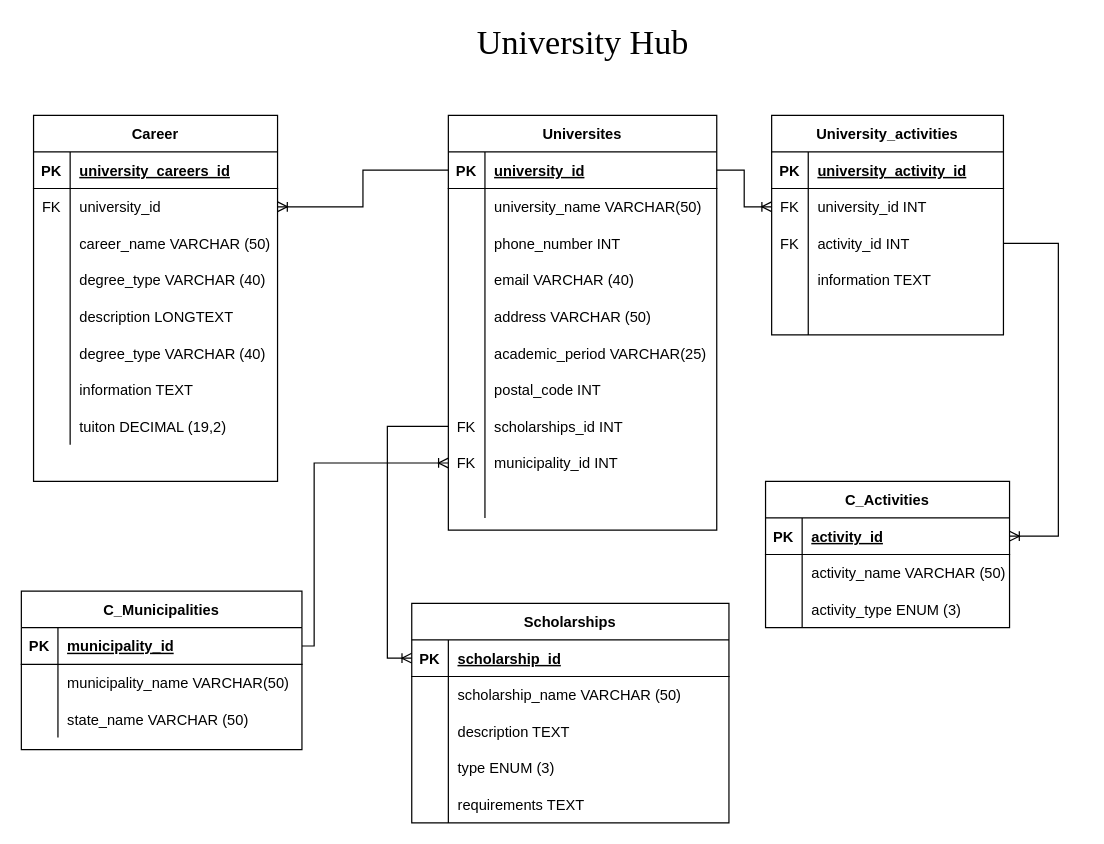
Above: Untitled Diagram.drawio in University-Hub/Entity-Relationship-Model (draw.io), before the change. Source tidied: cells renumbered, new cells numbered last; positions are measured from the earlier drawing's top-left corner, leaving out a move shared by most shapes. Both pictures are drawn from the tidied source at 122%, with x=0, y=0 at pixel (21, 29).
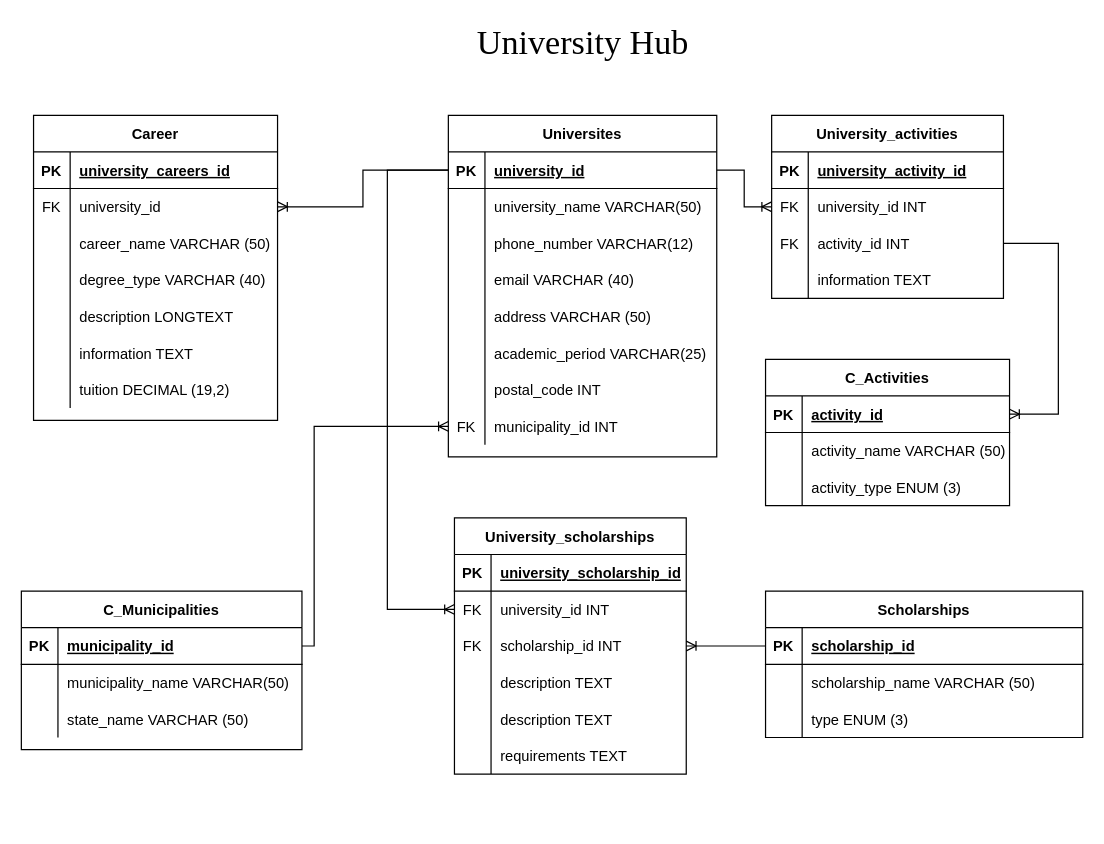
The same page after the edit.

Unchanged cells that the change refers to:
```xml
<mxCell id="9" style="shape=partialRectangle;fillColor=none;top=0;left=0;bottom=1;right=0;points=[[0,0.5],[1,0.5]];portConstraint=eastwest;" parent="8" vertex="1">
  <mxGeometry y="30" width="220" height="30" as="geometry" />
</mxCell>
<mxCell id="15" style="shape=partialRectangle;fillColor=none;top=0;left=0;bottom=0;right=0;" parent="8" vertex="1">
  <mxGeometry y="90" width="220" height="30" as="geometry" />
</mxCell>
<mxCell id="91" style="shape=partialRectangle;fillColor=none;top=0;left=0;bottom=1;right=0;points=[[0,0.5],[1,0.5]];portConstraint=eastwest;" parent="90" vertex="1">
  <mxGeometry y="30" width="230" height="30" as="geometry" />
</mxCell>
<mxCell id="107" style="shape=partialRectangle;fillColor=none;top=0;left=0;bottom=0;right=0;points=[[0,0.5],[1,0.5]];portConstraint=eastwest;" parent="100" vertex="1">
  <mxGeometry y="90" width="190" height="30" as="geometry" />
</mxCell>
```

Diff of the diagram source:
```diff
@@
     <mxCell id="4" style="rounded=0;jettySize=auto;elbow=vertical;html=1;exitX=1;exitY=0.5;exitDx=0;exitDy=0;entryX=0;entryY=0.5;entryDx=0;entryDy=0;startArrow=none;startFill=0;endArrow=ERoneToMany;endFill=0;edgeStyle=orthogonalEdgeStyle;" parent="1" edge="1" source="91" target="33">
       <mxGeometry relative="1" as="geometry">
         <Array as="points">
           <mxPoint x="240" y="505" />
-          <mxPoint x="240" y="355" />
+          <mxPoint x="240" y="325" />
         </Array>
       </mxGeometry>
     </mxCell>
@@
     <mxCell id="6" style="edgeStyle=orthogonalEdgeStyle;rounded=0;jettySize=auto;html=1;exitX=1;exitY=0.5;exitDx=0;exitDy=0;startArrow=none;startFill=0;endArrow=ERoneToMany;endFill=0;entryX=1;entryY=0.5;entryDx=0;entryDy=0;" parent="1" edge="1" source="107" target="40">
       <mxGeometry relative="1" as="geometry">
         <Array as="points">
           <mxPoint x="850" y="175" />
-          <mxPoint x="850" y="415" />
+          <mxPoint x="850" y="315" />
         </Array>
       </mxGeometry>
     </mxCell>
-    <mxCell id="7" style="edgeStyle=orthogonalEdgeStyle;rounded=0;jettySize=auto;html=1;exitX=0;exitY=0.5;exitDx=0;exitDy=0;entryX=0;entryY=0.5;entryDx=0;entryDy=0;startArrow=none;startFill=0;endArrow=ERoneToMany;endFill=0;" parent="1" edge="1" source="30" target="75">
+    <mxCell id="7" style="edgeStyle=orthogonalEdgeStyle;rounded=0;jettySize=auto;html=1;startArrow=none;startFill=0;endArrow=ERoneToMany;endFill=0;exitX=0;exitY=0.5;exitDx=0;exitDy=0;entryX=0;entryY=0.5;entryDx=0;entryDy=0;" parent="1" edge="1" source="9" target="120">
       <mxGeometry relative="1" as="geometry">
         <Array as="points">
-          <mxPoint x="300" y="325" />
-          <mxPoint x="300" y="515" />
+          <mxPoint x="300" y="115" />
+          <mxPoint x="300" y="475" />
         </Array>
       </mxGeometry>
     </mxCell>
     <mxCell id="8" value="Universites" style="shape=table;startSize=30;childLayout=tableLayout;rowLines=0;fontStyle=1;align=center;" parent="1" vertex="1">
-      <mxGeometry x="350" y="70" width="220" height="340" as="geometry" />
+      <mxGeometry x="350" y="70" width="220" height="280" as="geometry" />
     </mxCell>
@@
-    <mxCell id="17" value="phone_number INT " style="shape=partialRectangle;fillColor=none;top=0;left=0;bottom=0;right=0;align=left;spacingLeft=6;overflow=hidden;" parent="15" vertex="1">
+    <mxCell id="17" value="phone_number VARCHAR(12)" style="shape=partialRectangle;fillColor=none;top=0;left=0;bottom=0;right=0;align=left;spacingLeft=6;overflow=hidden;" parent="15" vertex="1">
       <mxGeometry x="30" width="190" height="30" as="geometry" />
     </mxCell>
@@
-    <mxCell id="30" style="shape=partialRectangle;fillColor=none;top=0;left=0;bottom=0;right=0;points=[[0,0.5],[1,0.5]];portConstraint=eastwest;" parent="8" vertex="1">
-      <mxGeometry y="240" width="220" height="30" as="geometry" />
-    </mxCell>
-    <mxCell id="31" value="FK" style="shape=partialRectangle;fillColor=none;top=0;left=0;bottom=0;right=0;overflow=hidden;" parent="30" vertex="1">
-      <mxGeometry width="30" height="30" as="geometry" />
-    </mxCell>
-    <mxCell id="32" value="scholarships_id INT" style="shape=partialRectangle;fillColor=none;top=0;left=0;bottom=0;right=0;align=left;spacingLeft=6;overflow=hidden;" parent="30" vertex="1">
-      <mxGeometry x="30" width="190" height="30" as="geometry" />
-    </mxCell>
     <mxCell id="33" style="shape=partialRectangle;fillColor=none;top=0;left=0;bottom=0;right=0;points=[[0,0.5],[1,0.5]];portConstraint=eastwest;" parent="8" vertex="1">
-      <mxGeometry y="270" width="220" height="30" as="geometry" />
+      <mxGeometry y="240" width="220" height="30" as="geometry" />
     </mxCell>
@@
-    <mxCell id="36" style="shape=partialRectangle;fillColor=none;top=0;left=0;bottom=0;right=0;" parent="8" vertex="1">
-      <mxGeometry y="300" width="220" height="30" as="geometry" />
-    </mxCell>
-    <mxCell id="37" style="shape=partialRectangle;fillColor=none;top=0;left=0;bottom=0;right=0;overflow=hidden;" parent="36" vertex="1">
-      <mxGeometry width="30" height="30" as="geometry" />
-    </mxCell>
-    <mxCell id="38" style="shape=partialRectangle;fillColor=none;top=0;left=0;bottom=0;right=0;align=left;spacingLeft=6;overflow=hidden;" parent="36" vertex="1">
-      <mxGeometry x="30" width="190" height="30" as="geometry" />
-    </mxCell>
-    <mxCell id="39" value="C_Activities" style="shape=table;startSize=30;childLayout=tableLayout;rowLines=0;fontStyle=1;align=center;" parent="1" vertex="1">
-      <mxGeometry x="610" y="370" width="200" height="120" as="geometry" />
-    </mxCell>
-    <mxCell id="40" style="shape=partialRectangle;fillColor=none;top=0;left=0;bottom=1;right=0;points=[[0,0.5],[1,0.5]];portConstraint=eastwest;" parent="39" vertex="1">
-      <mxGeometry y="30" width="200" height="30" as="geometry" />
-    </mxCell>
-    <mxCell id="41" value="PK" style="shape=partialRectangle;fillColor=none;top=0;left=0;bottom=0;right=0;fontStyle=1;overflow=hidden;" parent="40" vertex="1">
-      <mxGeometry width="30" height="30" as="geometry" />
-    </mxCell>
-    <mxCell id="42" value="activity_id" style="shape=partialRectangle;fillColor=none;top=0;left=0;bottom=0;right=0;align=left;spacingLeft=6;fontStyle=5;overflow=hidden;" parent="40" vertex="1">
-      <mxGeometry x="30" width="170" height="30" as="geometry" />
-    </mxCell>
-    <mxCell id="43" style="shape=partialRectangle;fillColor=none;top=0;left=0;bottom=0;right=0;" parent="39" vertex="1">
-      <mxGeometry y="60" width="200" height="30" as="geometry" />
-    </mxCell>
-    <mxCell id="44" style="shape=partialRectangle;fillColor=none;top=0;left=0;bottom=0;right=0;overflow=hidden;" parent="43" vertex="1">
-      <mxGeometry width="30" height="30" as="geometry" />
-    </mxCell>
-    <mxCell id="45" value="activity_name VARCHAR (50)" style="shape=partialRectangle;fillColor=none;top=0;left=0;bottom=0;right=0;align=left;spacingLeft=6;overflow=hidden;" parent="43" vertex="1">
-      <mxGeometry x="30" width="170" height="30" as="geometry" />
-    </mxCell>
-    <mxCell id="46" style="shape=partialRectangle;fillColor=none;top=0;left=0;bottom=0;right=0;" parent="39" vertex="1">
-      <mxGeometry y="90" width="200" height="30" as="geometry" />
-    </mxCell>
-    <mxCell id="47" style="shape=partialRectangle;fillColor=none;top=0;left=0;bottom=0;right=0;overflow=hidden;" parent="46" vertex="1">
-      <mxGeometry width="30" height="30" as="geometry" />
-    </mxCell>
-    <mxCell id="48" value="activity_type ENUM (3)" style="shape=partialRectangle;fillColor=none;top=0;left=0;bottom=0;right=0;align=left;spacingLeft=6;overflow=hidden;" parent="46" vertex="1">
-      <mxGeometry x="30" width="170" height="30" as="geometry" />
-    </mxCell>
     <mxCell id="49" value="Career" style="shape=table;startSize=30;childLayout=tableLayout;rowLines=0;fontStyle=1;align=center;" parent="1" vertex="1">
-      <mxGeometry x="10" y="70" width="200" height="300" as="geometry" />
+      <mxGeometry x="10" y="70" width="200" height="250" as="geometry" />
     </mxCell>
@@
-    <mxCell id="65" style="shape=partialRectangle;fillColor=none;top=0;left=0;bottom=0;right=0;" parent="49" vertex="1">
-      <mxGeometry y="180" width="200" height="30" as="geometry" />
-    </mxCell>
-    <mxCell id="66" style="shape=partialRectangle;fillColor=none;top=0;left=0;bottom=0;right=0;overflow=hidden;" parent="65" vertex="1">
-      <mxGeometry width="30" height="30" as="geometry" />
-    </mxCell>
-    <mxCell id="67" value="degree_type VARCHAR (40)" style="shape=partialRectangle;fillColor=none;top=0;left=0;bottom=0;right=0;align=left;spacingLeft=6;overflow=hidden;" parent="65" vertex="1">
-      <mxGeometry x="30" width="170" height="30" as="geometry" />
-    </mxCell>
     <mxCell id="68" style="shape=partialRectangle;fillColor=none;top=0;left=0;bottom=0;right=0;" parent="49" vertex="1">
-      <mxGeometry y="210" width="200" height="30" as="geometry" />
+      <mxGeometry y="180" width="200" height="30" as="geometry" />
     </mxCell>
@@
     <mxCell id="71" style="shape=partialRectangle;fillColor=none;top=0;left=0;bottom=0;right=0;" parent="49" vertex="1">
-      <mxGeometry y="240" width="200" height="30" as="geometry" />
+      <mxGeometry y="210" width="200" height="30" as="geometry" />
     </mxCell>
@@
-    <mxCell id="73" value="tuiton DECIMAL (19,2)" style="shape=partialRectangle;fillColor=none;top=0;left=0;bottom=0;right=0;align=left;spacingLeft=6;overflow=hidden;" parent="71" vertex="1">
+    <mxCell id="73" value="tuition DECIMAL (19,2)" style="shape=partialRectangle;fillColor=none;top=0;left=0;bottom=0;right=0;align=left;spacingLeft=6;overflow=hidden;" parent="71" vertex="1">
       <mxGeometry x="30" width="170" height="30" as="geometry" />
     </mxCell>
-    <mxCell id="74" value="Scholarships" style="shape=table;startSize=30;childLayout=tableLayout;rowLines=0;fontStyle=1;align=center;" parent="1" vertex="1">
-      <mxGeometry x="320" y="470" width="260" height="180" as="geometry" />
-    </mxCell>
-    <mxCell id="75" style="shape=partialRectangle;fillColor=none;top=0;left=0;bottom=1;right=0;points=[[0,0.5],[1,0.5]];portConstraint=eastwest;" parent="74" vertex="1">
-      <mxGeometry y="30" width="260" height="30" as="geometry" />
-    </mxCell>
-    <mxCell id="76" value="PK" style="shape=partialRectangle;fillColor=none;top=0;left=0;bottom=0;right=0;fontStyle=1;overflow=hidden;" parent="75" vertex="1">
-      <mxGeometry width="30" height="30" as="geometry" />
-    </mxCell>
-    <mxCell id="77" value="scholarship_id" style="shape=partialRectangle;fillColor=none;top=0;left=0;bottom=0;right=0;align=left;spacingLeft=6;fontStyle=5;overflow=hidden;" parent="75" vertex="1">
-      <mxGeometry x="30" width="230" height="30" as="geometry" />
-    </mxCell>
-    <mxCell id="78" style="shape=partialRectangle;fillColor=none;top=0;left=0;bottom=0;right=0;" parent="74" vertex="1">
-      <mxGeometry y="60" width="260" height="30" as="geometry" />
-    </mxCell>
-    <mxCell id="79" style="shape=partialRectangle;fillColor=none;top=0;left=0;bottom=0;right=0;overflow=hidden;" parent="78" vertex="1">
-      <mxGeometry width="30" height="30" as="geometry" />
-    </mxCell>
-    <mxCell id="80" value="scholarship_name VARCHAR (50)" style="shape=partialRectangle;fillColor=none;top=0;left=0;bottom=0;right=0;align=left;spacingLeft=6;overflow=hidden;" parent="78" vertex="1">
-      <mxGeometry x="30" width="230" height="30" as="geometry" />
-    </mxCell>
-    <mxCell id="81" style="shape=partialRectangle;fillColor=none;top=0;left=0;bottom=0;right=0;" parent="74" vertex="1">
-      <mxGeometry y="90" width="260" height="30" as="geometry" />
-    </mxCell>
-    <mxCell id="82" style="shape=partialRectangle;fillColor=none;top=0;left=0;bottom=0;right=0;overflow=hidden;" parent="81" vertex="1">
-      <mxGeometry width="30" height="30" as="geometry" />
-    </mxCell>
-    <mxCell id="83" value="description TEXT" style="shape=partialRectangle;fillColor=none;top=0;left=0;bottom=0;right=0;align=left;spacingLeft=6;overflow=hidden;" parent="81" vertex="1">
-      <mxGeometry x="30" width="230" height="30" as="geometry" />
-    </mxCell>
-    <mxCell id="84" style="shape=partialRectangle;fillColor=none;top=0;left=0;bottom=0;right=0;" parent="74" vertex="1">
-      <mxGeometry y="120" width="260" height="30" as="geometry" />
-    </mxCell>
-    <mxCell id="85" style="shape=partialRectangle;fillColor=none;top=0;left=0;bottom=0;right=0;overflow=hidden;" parent="84" vertex="1">
-      <mxGeometry width="30" height="30" as="geometry" />
-    </mxCell>
-    <mxCell id="86" value="type ENUM (3)" style="shape=partialRectangle;fillColor=none;top=0;left=0;bottom=0;right=0;align=left;spacingLeft=6;overflow=hidden;" parent="84" vertex="1">
-      <mxGeometry x="30" width="230" height="30" as="geometry" />
-    </mxCell>
-    <mxCell id="87" style="shape=partialRectangle;fillColor=none;top=0;left=0;bottom=0;right=0;" parent="74" vertex="1">
-      <mxGeometry y="150" width="260" height="30" as="geometry" />
-    </mxCell>
-    <mxCell id="88" style="shape=partialRectangle;fillColor=none;top=0;left=0;bottom=0;right=0;overflow=hidden;" parent="87" vertex="1">
-      <mxGeometry width="30" height="30" as="geometry" />
-    </mxCell>
-    <mxCell id="89" value="requirements TEXT" style="shape=partialRectangle;fillColor=none;top=0;left=0;bottom=0;right=0;align=left;spacingLeft=6;overflow=hidden;" parent="87" vertex="1">
-      <mxGeometry x="30" width="230" height="30" as="geometry" />
-    </mxCell>
@@
     <mxCell id="100" value="University_activities" style="shape=table;startSize=30;childLayout=tableLayout;rowLines=0;fontStyle=1;align=center;" parent="1" vertex="1">
-      <mxGeometry x="615" y="70" width="190" height="180" as="geometry" />
+      <mxGeometry x="615" y="70" width="190" height="150" as="geometry" />
     </mxCell>
@@
+    <mxCell id="116" value="University_scholarships" style="shape=table;startSize=30;childLayout=tableLayout;rowLines=0;fontStyle=1;align=center;" parent="1" vertex="1">
+      <mxGeometry x="355" y="400" width="190" height="210" as="geometry" />
+    </mxCell>
+    <mxCell id="117" style="shape=partialRectangle;fillColor=none;top=0;left=0;bottom=1;right=0;" parent="116" vertex="1">
+      <mxGeometry y="30" width="190" height="30" as="geometry" />
+    </mxCell>
+    <mxCell id="118" value="PK" style="shape=partialRectangle;fillColor=none;top=0;left=0;bottom=0;right=0;fontStyle=1;overflow=hidden;" parent="117" vertex="1">
+      <mxGeometry width="30" height="30" as="geometry" />
+    </mxCell>
+    <mxCell id="119" value="university_scholarship_id" style="shape=partialRectangle;fillColor=none;top=0;left=0;bottom=0;right=0;align=left;spacingLeft=6;fontStyle=5;overflow=hidden;" parent="117" vertex="1">
+      <mxGeometry x="30" width="160" height="30" as="geometry" />
+    </mxCell>
+    <mxCell id="120" style="shape=partialRectangle;fillColor=none;top=0;left=0;bottom=0;right=0;points=[[0,0.5],[1,0.5]];portConstraint=eastwest;" parent="116" vertex="1">
+      <mxGeometry y="60" width="190" height="30" as="geometry" />
+    </mxCell>
+    <mxCell id="121" value="FK" style="shape=partialRectangle;fillColor=none;top=0;left=0;bottom=0;right=0;overflow=hidden;" parent="120" vertex="1">
+      <mxGeometry width="30" height="30" as="geometry" />
+    </mxCell>
+    <mxCell id="122" value="university_id INT " style="shape=partialRectangle;fillColor=none;top=0;left=0;bottom=0;right=0;align=left;spacingLeft=6;overflow=hidden;" parent="120" vertex="1">
+      <mxGeometry x="30" width="160" height="30" as="geometry" />
+    </mxCell>
+    <mxCell id="123" style="shape=partialRectangle;fillColor=none;top=0;left=0;bottom=0;right=0;points=[[0,0.5],[1,0.5]];portConstraint=eastwest;" parent="116" vertex="1">
+      <mxGeometry y="90" width="190" height="30" as="geometry" />
+    </mxCell>
+    <mxCell id="124" value="FK" style="shape=partialRectangle;fillColor=none;top=0;left=0;bottom=0;right=0;overflow=hidden;" parent="123" vertex="1">
+      <mxGeometry width="30" height="30" as="geometry" />
+    </mxCell>
+    <mxCell id="125" value="scholarship_id INT" style="shape=partialRectangle;fillColor=none;top=0;left=0;bottom=0;right=0;align=left;spacingLeft=6;overflow=hidden;" parent="123" vertex="1">
+      <mxGeometry x="30" width="160" height="30" as="geometry" />
+    </mxCell>
+    <mxCell id="126" style="shape=partialRectangle;fillColor=none;top=0;left=0;bottom=0;right=0;" parent="116" vertex="1">
+      <mxGeometry y="120" width="190" height="30" as="geometry" />
+    </mxCell>
+    <mxCell id="127" style="shape=partialRectangle;fillColor=none;top=0;left=0;bottom=0;right=0;overflow=hidden;" parent="126" vertex="1">
+      <mxGeometry width="30" height="30" as="geometry" />
+    </mxCell>
+    <mxCell id="128" value="description TEXT" style="shape=partialRectangle;fillColor=none;top=0;left=0;bottom=0;right=0;align=left;spacingLeft=6;overflow=hidden;" parent="126" vertex="1">
+      <mxGeometry x="30" width="160" height="30" as="geometry" />
+    </mxCell>
-    <mxCell id="113" style="shape=partialRectangle;fillColor=none;top=0;left=0;bottom=0;right=0;" parent="100" vertex="1">
+    <mxCell id="113" style="shape=partialRectangle;fillColor=none;top=0;left=0;bottom=0;right=0;" parent="116" vertex="1">
       <mxGeometry y="150" width="190" height="30" as="geometry" />
     </mxCell>
-    <mxCell id="114" style="shape=partialRectangle;fillColor=none;top=0;left=0;bottom=0;right=0;overflow=hidden;" parent="113" vertex="1">
-      <mxGeometry width="30" height="30" as="geometry" />
-    </mxCell>
-    <mxCell id="115" style="shape=partialRectangle;fillColor=none;top=0;left=0;bottom=0;right=0;align=left;spacingLeft=6;overflow=hidden;" parent="113" vertex="1">
-      <mxGeometry x="30" width="160" height="30" as="geometry" />
-    </mxCell>
+    <mxCell id="129" style="shape=partialRectangle;fillColor=none;top=0;left=0;bottom=0;right=0;overflow=hidden;" parent="113" vertex="1">
+      <mxGeometry width="30" height="30" as="geometry" />
+    </mxCell>
+    <mxCell id="130" value="description TEXT" style="shape=partialRectangle;fillColor=none;top=0;left=0;bottom=0;right=0;align=left;spacingLeft=6;overflow=hidden;" parent="113" vertex="1">
+      <mxGeometry x="30" width="160" height="30" as="geometry" />
+    </mxCell>
+    <mxCell id="131" style="shape=partialRectangle;fillColor=none;top=0;left=0;bottom=0;right=0;" parent="116" vertex="1">
+      <mxGeometry y="180" width="190" height="30" as="geometry" />
+    </mxCell>
+    <mxCell id="132" style="shape=partialRectangle;fillColor=none;top=0;left=0;bottom=0;right=0;overflow=hidden;" parent="131" vertex="1">
+      <mxGeometry width="30" height="30" as="geometry" />
+    </mxCell>
+    <mxCell id="89" value="requirements TEXT" style="shape=partialRectangle;fillColor=none;top=0;left=0;bottom=0;right=0;align=left;spacingLeft=6;overflow=hidden;" parent="131" vertex="1">
+      <mxGeometry x="30" width="160" height="30" as="geometry" />
+    </mxCell>
+    <mxCell id="39" value="C_Activities" style="shape=table;startSize=30;childLayout=tableLayout;rowLines=0;fontStyle=1;align=center;" parent="1" vertex="1">
+      <mxGeometry x="610" y="270" width="200" height="120" as="geometry" />
+    </mxCell>
+    <mxCell id="40" style="shape=partialRectangle;fillColor=none;top=0;left=0;bottom=1;right=0;points=[[0,0.5],[1,0.5]];portConstraint=eastwest;" parent="39" vertex="1">
+      <mxGeometry y="30" width="200" height="30" as="geometry" />
+    </mxCell>
+    <mxCell id="41" value="PK" style="shape=partialRectangle;fillColor=none;top=0;left=0;bottom=0;right=0;fontStyle=1;overflow=hidden;" parent="40" vertex="1">
+      <mxGeometry width="30" height="30" as="geometry" />
+    </mxCell>
+    <mxCell id="42" value="activity_id" style="shape=partialRectangle;fillColor=none;top=0;left=0;bottom=0;right=0;align=left;spacingLeft=6;fontStyle=5;overflow=hidden;" parent="40" vertex="1">
+      <mxGeometry x="30" width="170" height="30" as="geometry" />
+    </mxCell>
+    <mxCell id="43" style="shape=partialRectangle;fillColor=none;top=0;left=0;bottom=0;right=0;" parent="39" vertex="1">
+      <mxGeometry y="60" width="200" height="30" as="geometry" />
+    </mxCell>
+    <mxCell id="44" style="shape=partialRectangle;fillColor=none;top=0;left=0;bottom=0;right=0;overflow=hidden;" parent="43" vertex="1">
+      <mxGeometry width="30" height="30" as="geometry" />
+    </mxCell>
+    <mxCell id="45" value="activity_name VARCHAR (50)" style="shape=partialRectangle;fillColor=none;top=0;left=0;bottom=0;right=0;align=left;spacingLeft=6;overflow=hidden;" parent="43" vertex="1">
+      <mxGeometry x="30" width="170" height="30" as="geometry" />
+    </mxCell>
+    <mxCell id="46" style="shape=partialRectangle;fillColor=none;top=0;left=0;bottom=0;right=0;" parent="39" vertex="1">
+      <mxGeometry y="90" width="200" height="30" as="geometry" />
+    </mxCell>
+    <mxCell id="47" style="shape=partialRectangle;fillColor=none;top=0;left=0;bottom=0;right=0;overflow=hidden;" parent="46" vertex="1">
+      <mxGeometry width="30" height="30" as="geometry" />
+    </mxCell>
+    <mxCell id="48" value="activity_type ENUM (3)" style="shape=partialRectangle;fillColor=none;top=0;left=0;bottom=0;right=0;align=left;spacingLeft=6;overflow=hidden;" parent="46" vertex="1">
+      <mxGeometry x="30" width="170" height="30" as="geometry" />
+    </mxCell>
+    <mxCell id="133" style="edgeStyle=orthogonalEdgeStyle;rounded=0;jettySize=auto;html=1;entryX=1;entryY=0.5;entryDx=0;entryDy=0;endArrow=ERoneToMany;endFill=0;" parent="1" edge="1" source="75" target="123">
+      <mxGeometry relative="1" as="geometry" />
+    </mxCell>
+    <mxCell id="74" value="Scholarships" style="shape=table;startSize=30;childLayout=tableLayout;rowLines=0;fontStyle=1;align=center;" parent="1" vertex="1">
+      <mxGeometry x="610" y="460" width="260" height="120" as="geometry" />
+    </mxCell>
+    <mxCell id="75" style="shape=partialRectangle;fillColor=none;top=0;left=0;bottom=1;right=0;points=[[0,0.5],[1,0.5]];portConstraint=eastwest;" parent="74" vertex="1">
+      <mxGeometry y="30" width="260" height="30" as="geometry" />
+    </mxCell>
+    <mxCell id="76" value="PK" style="shape=partialRectangle;fillColor=none;top=0;left=0;bottom=0;right=0;fontStyle=1;overflow=hidden;" parent="75" vertex="1">
+      <mxGeometry width="30" height="30" as="geometry" />
+    </mxCell>
+    <mxCell id="77" value="scholarship_id" style="shape=partialRectangle;fillColor=none;top=0;left=0;bottom=0;right=0;align=left;spacingLeft=6;fontStyle=5;overflow=hidden;" parent="75" vertex="1">
+      <mxGeometry x="30" width="230" height="30" as="geometry" />
+    </mxCell>
+    <mxCell id="78" style="shape=partialRectangle;fillColor=none;top=0;left=0;bottom=0;right=0;" parent="74" vertex="1">
+      <mxGeometry y="60" width="260" height="30" as="geometry" />
+    </mxCell>
+    <mxCell id="79" style="shape=partialRectangle;fillColor=none;top=0;left=0;bottom=0;right=0;overflow=hidden;" parent="78" vertex="1">
+      <mxGeometry width="30" height="30" as="geometry" />
+    </mxCell>
+    <mxCell id="80" value="scholarship_name VARCHAR (50)" style="shape=partialRectangle;fillColor=none;top=0;left=0;bottom=0;right=0;align=left;spacingLeft=6;overflow=hidden;" parent="78" vertex="1">
+      <mxGeometry x="30" width="230" height="30" as="geometry" />
+    </mxCell>
+    <mxCell id="84" style="shape=partialRectangle;fillColor=none;top=0;left=0;bottom=0;right=0;" parent="74" vertex="1">
+      <mxGeometry y="90" width="260" height="30" as="geometry" />
+    </mxCell>
+    <mxCell id="85" style="shape=partialRectangle;fillColor=none;top=0;left=0;bottom=0;right=0;overflow=hidden;" parent="84" vertex="1">
+      <mxGeometry width="30" height="30" as="geometry" />
+    </mxCell>
+    <mxCell id="86" value="type ENUM (3)" style="shape=partialRectangle;fillColor=none;top=0;left=0;bottom=0;right=0;align=left;spacingLeft=6;overflow=hidden;" parent="84" vertex="1">
+      <mxGeometry x="30" width="230" height="30" as="geometry" />
+    </mxCell>
```
